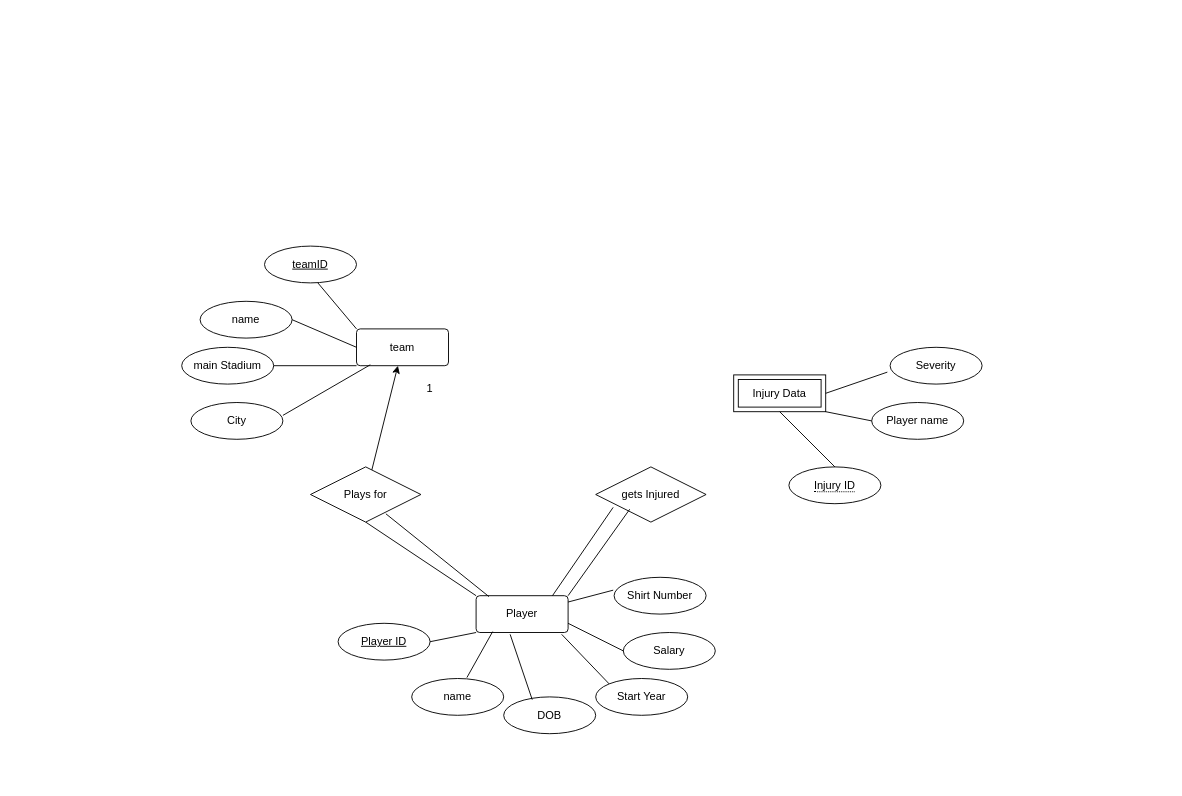
This is Untitled Diagram.drawio from alec202/CIS353ERDiagramAssignment, a draw.io file, before an edit. Source tidied: cells renumbered, new cells numbered last; positions are measured from the earlier drawing's top-left corner, leaving out a move shared by most shapes. Both pictures are drawn from the tidied source at 92%, with x=0, y=0 at pixel (181, 246).
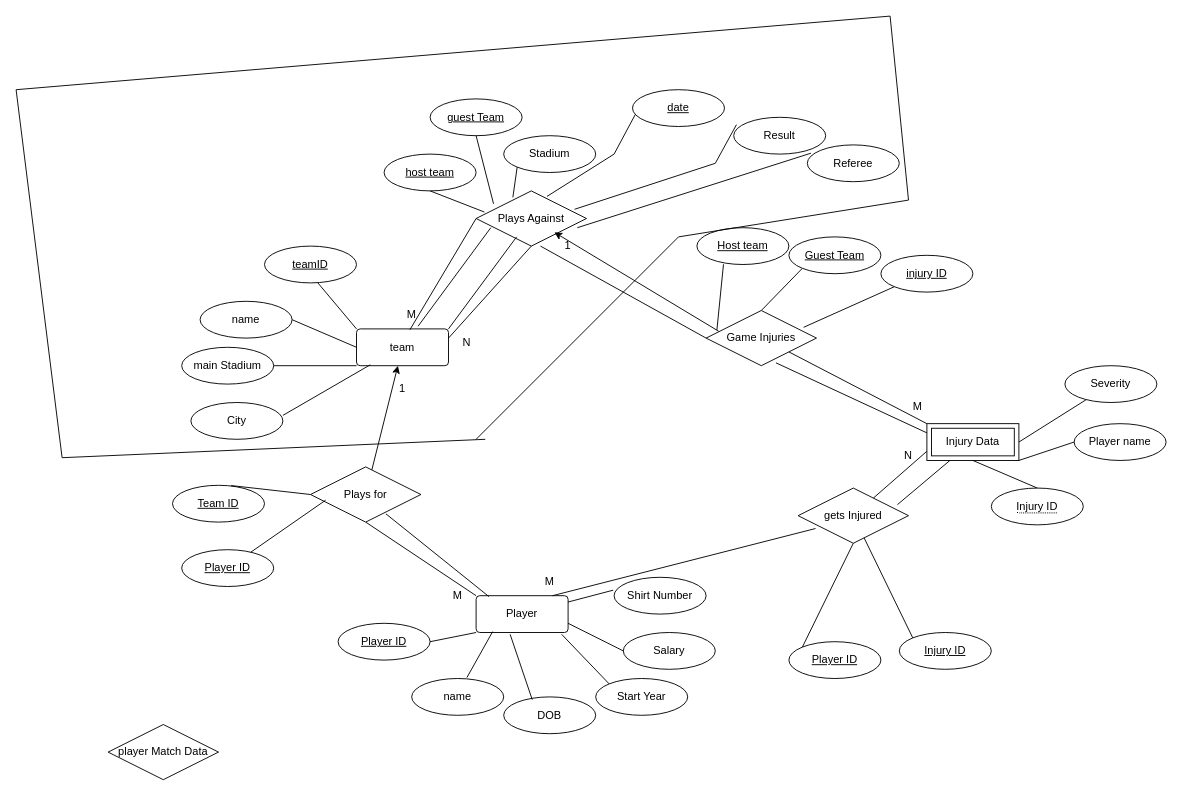
The same diagram, later.

Unchanged cells that the change refers to:
```xml
<mxCell id="2" value="team" style="rounded=1;arcSize=10;whiteSpace=wrap;html=1;align=center;" parent="1" vertex="1">
  <mxGeometry x="190" y="90" width="100" height="40" as="geometry" />
</mxCell>
<mxCell id="11" value="Player" style="rounded=1;arcSize=10;whiteSpace=wrap;html=1;align=center;" parent="1" vertex="1">
  <mxGeometry x="320" y="380" width="100" height="40" as="geometry" />
</mxCell>
<mxCell id="13" value="Plays for" style="shape=rhombus;perimeter=rhombusPerimeter;whiteSpace=wrap;html=1;align=center;" parent="1" vertex="1">
  <mxGeometry x="140" y="240" width="120" height="60" as="geometry" />
</mxCell>
```

The edit, as a diff of the source:
```diff
@@
     <mxCell id="15" value="1" style="text;strokeColor=none;align=center;fillColor=none;html=1;verticalAlign=middle;whiteSpace=wrap;rounded=0;" parent="1" vertex="1">
-      <mxGeometry x="240" y="140" width="60" height="30" as="geometry" />
+      <mxGeometry x="210" y="140" width="60" height="30" as="geometry" />
     </mxCell>
@@
     <mxCell id="29" value="Injury Data" style="shape=ext;margin=3;double=1;whiteSpace=wrap;html=1;align=center;" parent="1" vertex="1">
-      <mxGeometry x="600" y="140" width="100" height="40" as="geometry" />
+      <mxGeometry x="810" y="193" width="100" height="40" as="geometry" />
     </mxCell>
     <mxCell id="30" value="&lt;span style=&quot;border-bottom: 1px dotted&quot;&gt;Injury ID&lt;/span&gt;" style="ellipse;whiteSpace=wrap;html=1;align=center;" parent="1" vertex="1">
-      <mxGeometry x="660" y="240" width="100" height="40" as="geometry" />
+      <mxGeometry x="880" y="263" width="100" height="40" as="geometry" />
     </mxCell>
@@
     <mxCell id="32" value="Player name" style="ellipse;whiteSpace=wrap;html=1;align=center;" parent="1" vertex="1">
-      <mxGeometry x="750" y="170" width="100" height="40" as="geometry" />
+      <mxGeometry x="970" y="193" width="100" height="40" as="geometry" />
     </mxCell>
@@
     <mxCell id="34" value="Severity" style="ellipse;whiteSpace=wrap;html=1;align=center;" parent="1" vertex="1">
-      <mxGeometry x="770" y="110" width="100" height="40" as="geometry" />
+      <mxGeometry x="960" y="130" width="100" height="40" as="geometry" />
     </mxCell>
-    <mxCell id="35" style="endArrow=none;html=1;rounded=0;entryX=-0.03;entryY=0.675;entryDx=0;entryDy=0;entryPerimeter=0;exitX=1;exitY=0.5;exitDx=0;exitDy=0;" parent="1" edge="1" source="29" target="34">
+    <mxCell id="35" style="endArrow=none;html=1;rounded=0;exitX=1;exitY=0.5;exitDx=0;exitDy=0;" parent="1" edge="1" source="29" target="34">
       <mxGeometry relative="1" as="geometry" />
     </mxCell>
@@
     <mxCell id="37" value="gets Injured" style="shape=rhombus;perimeter=rhombusPerimeter;whiteSpace=wrap;html=1;align=center;" parent="1" vertex="1">
-      <mxGeometry x="450" y="240" width="120" height="60" as="geometry" />
+      <mxGeometry x="670" y="263" width="120" height="60" as="geometry" />
     </mxCell>
-    <mxCell id="38" style="endArrow=none;html=1;rounded=0;entryX=0.308;entryY=0.767;entryDx=0;entryDy=0;entryPerimeter=0;exitX=1;exitY=0;exitDx=0;exitDy=0;" parent="1" edge="1" source="11" target="37">
-      <mxGeometry relative="1" as="geometry" />
-    </mxCell>
+    <mxCell id="39" value="M" style="text;strokeColor=none;align=center;fillColor=none;html=1;verticalAlign=middle;whiteSpace=wrap;rounded=0;" parent="1" vertex="1">
+      <mxGeometry x="370" y="350" width="60" height="30" as="geometry" />
+    </mxCell>
+    <mxCell id="40" style="endArrow=none;html=1;rounded=0;entryX=0;entryY=0.75;entryDx=0;entryDy=0;" parent="1" edge="1" source="37" target="29">
+      <mxGeometry relative="1" as="geometry" />
+    </mxCell>
+    <mxCell id="41" style="endArrow=none;html=1;rounded=0;entryX=0.25;entryY=1;entryDx=0;entryDy=0;exitX=0.9;exitY=0.3;exitDx=0;exitDy=0;exitPerimeter=0;" parent="1" edge="1" source="37" target="29">
+      <mxGeometry relative="1" as="geometry" />
+    </mxCell>
+    <mxCell id="42" value="N" style="text;strokeColor=none;align=center;fillColor=none;html=1;verticalAlign=middle;whiteSpace=wrap;rounded=0;" parent="1" vertex="1">
+      <mxGeometry x="760" y="213" width="60" height="30" as="geometry" />
+    </mxCell>
+    <mxCell id="43" value="M" style="text;strokeColor=none;align=center;fillColor=none;html=1;verticalAlign=middle;whiteSpace=wrap;rounded=0;" parent="1" vertex="1">
+      <mxGeometry x="270" y="365" width="60" height="30" as="geometry" />
+    </mxCell>
+    <mxCell id="44" value="Plays Against" style="shape=rhombus;perimeter=rhombusPerimeter;whiteSpace=wrap;html=1;align=center;" parent="1" vertex="1">
+      <mxGeometry x="320" y="-60" width="120" height="60" as="geometry" />
+    </mxCell>
+    <mxCell id="45" style="endArrow=none;html=1;rounded=0;entryX=0.133;entryY=0.667;entryDx=0;entryDy=0;entryPerimeter=0;exitX=0.67;exitY=-0.075;exitDx=0;exitDy=0;exitPerimeter=0;" parent="1" edge="1" source="2" target="44">
+      <mxGeometry relative="1" as="geometry" />
+    </mxCell>
+    <mxCell id="46" style="endArrow=none;html=1;rounded=0;entryX=0.367;entryY=0.833;entryDx=0;entryDy=0;entryPerimeter=0;exitX=1;exitY=0;exitDx=0;exitDy=0;" parent="1" edge="1" source="2" target="44">
+      <mxGeometry relative="1" as="geometry" />
+    </mxCell>
+    <mxCell id="47" style="endArrow=none;html=1;rounded=0;entryX=0;entryY=0.5;entryDx=0;entryDy=0;exitX=0.58;exitY=0.025;exitDx=0;exitDy=0;exitPerimeter=0;" parent="1" edge="1" source="2" target="44">
+      <mxGeometry relative="1" as="geometry" />
+    </mxCell>
+    <mxCell id="48" value="M" style="text;strokeColor=none;align=center;fillColor=none;html=1;verticalAlign=middle;whiteSpace=wrap;rounded=0;" parent="1" vertex="1">
+      <mxGeometry x="220" y="60" width="60" height="30" as="geometry" />
+    </mxCell>
+    <mxCell id="49" value="N" style="text;strokeColor=none;align=center;fillColor=none;html=1;verticalAlign=middle;whiteSpace=wrap;rounded=0;" parent="1" vertex="1">
+      <mxGeometry x="280" y="90" width="60" height="30" as="geometry" />
+    </mxCell>
+    <mxCell id="50" value="&lt;u&gt;host team&lt;/u&gt;" style="ellipse;whiteSpace=wrap;html=1;align=center;" parent="1" vertex="1">
+      <mxGeometry x="220" y="-100" width="100" height="40" as="geometry" />
+    </mxCell>
+    <mxCell id="51" style="endArrow=none;html=1;rounded=0;entryX=0.5;entryY=1;entryDx=0;entryDy=0;exitX=0.075;exitY=0.383;exitDx=0;exitDy=0;exitPerimeter=0;" parent="1" edge="1" source="44" target="50">
+      <mxGeometry relative="1" as="geometry" />
+    </mxCell>
+    <mxCell id="52" value="&lt;u&gt;guest Team&lt;/u&gt;" style="ellipse;whiteSpace=wrap;html=1;align=center;" parent="1" vertex="1">
+      <mxGeometry x="270" y="-160" width="100" height="40" as="geometry" />
+    </mxCell>
+    <mxCell id="53" style="endArrow=none;html=1;rounded=0;entryX=0.5;entryY=1;entryDx=0;entryDy=0;exitX=0.158;exitY=0.233;exitDx=0;exitDy=0;exitPerimeter=0;" parent="1" edge="1" source="44" target="52">
+      <mxGeometry relative="1" as="geometry" />
+    </mxCell>
+    <mxCell id="54" value="Stadium" style="ellipse;whiteSpace=wrap;html=1;align=center;" parent="1" vertex="1">
+      <mxGeometry x="350" y="-120" width="100" height="40" as="geometry" />
+    </mxCell>
+    <mxCell id="55" style="endArrow=none;html=1;rounded=0;entryX=0;entryY=1;entryDx=0;entryDy=0;exitX=0.333;exitY=0.117;exitDx=0;exitDy=0;exitPerimeter=0;" parent="1" edge="1" source="44" target="54">
+      <mxGeometry relative="1" as="geometry" />
+    </mxCell>
+    <mxCell id="56" value="&lt;u&gt;date&lt;/u&gt;" style="ellipse;whiteSpace=wrap;html=1;align=center;" parent="1" vertex="1">
+      <mxGeometry x="490" y="-170" width="100" height="40" as="geometry" />
+    </mxCell>
+    <mxCell id="57" style="endArrow=none;html=1;rounded=0;entryX=0.03;entryY=0.675;entryDx=0;entryDy=0;entryPerimeter=0;exitX=0.642;exitY=0.1;exitDx=0;exitDy=0;exitPerimeter=0;" parent="1" edge="1" source="44" target="56">
+      <mxGeometry relative="1" as="geometry">
+        <Array as="points">
+          <mxPoint x="470" y="-100" />
+        </Array>
+      </mxGeometry>
+    </mxCell>
+    <mxCell id="58" value="Result" style="ellipse;whiteSpace=wrap;html=1;align=center;" parent="1" vertex="1">
+      <mxGeometry x="600" y="-140" width="100" height="40" as="geometry" />
+    </mxCell>
+    <mxCell id="59" style="endArrow=none;html=1;rounded=0;entryX=0.03;entryY=0.2;entryDx=0;entryDy=0;entryPerimeter=0;exitX=0.892;exitY=0.333;exitDx=0;exitDy=0;exitPerimeter=0;" parent="1" edge="1" source="44" target="58">
+      <mxGeometry relative="1" as="geometry">
+        <Array as="points">
+          <mxPoint x="580" y="-90" />
+        </Array>
+      </mxGeometry>
+    </mxCell>
+    <mxCell id="60" value="Referee" style="ellipse;whiteSpace=wrap;html=1;align=center;" parent="1" vertex="1">
+      <mxGeometry x="680" y="-110" width="100" height="40" as="geometry" />
+    </mxCell>
+    <mxCell id="61" style="endArrow=none;html=1;rounded=0;entryX=0.04;entryY=0.225;entryDx=0;entryDy=0;entryPerimeter=0;exitX=0.917;exitY=0.667;exitDx=0;exitDy=0;exitPerimeter=0;" parent="1" edge="1" source="44" target="60">
+      <mxGeometry relative="1" as="geometry" />
+    </mxCell>
+    <mxCell id="62" value="Game Injuries" style="shape=rhombus;perimeter=rhombusPerimeter;whiteSpace=wrap;html=1;align=center;" parent="1" vertex="1">
+      <mxGeometry x="570" y="70" width="120" height="60" as="geometry" />
+    </mxCell>
+    <mxCell id="63" style="endArrow=none;html=1;rounded=0;entryX=0;entryY=0;entryDx=0;entryDy=0;exitX=1;exitY=1;exitDx=0;exitDy=0;" parent="1" edge="1" source="62" target="29">
+      <mxGeometry relative="1" as="geometry" />
+    </mxCell>
+    <mxCell id="64" style="endArrow=none;html=1;rounded=0;entryX=0.633;entryY=0.948;entryDx=0;entryDy=0;entryPerimeter=0;exitX=0;exitY=0.25;exitDx=0;exitDy=0;" parent="1" edge="1" source="29" target="62">
+      <mxGeometry relative="1" as="geometry" />
+    </mxCell>
+    <mxCell id="65" value="Host team" style="ellipse;whiteSpace=wrap;html=1;align=center;fontStyle=4;" parent="1" vertex="1">
+      <mxGeometry x="560" y="-20" width="100" height="40" as="geometry" />
+    </mxCell>
+    <mxCell id="66" style="endArrow=none;html=1;rounded=0;entryX=0.289;entryY=0.993;entryDx=0;entryDy=0;entryPerimeter=0;exitX=0.098;exitY=0.352;exitDx=0;exitDy=0;exitPerimeter=0;" parent="1" edge="1" source="62" target="65">
+      <mxGeometry relative="1" as="geometry" />
+    </mxCell>
+    <mxCell id="67" value="Guest Team" style="ellipse;whiteSpace=wrap;html=1;align=center;fontStyle=4;" parent="1" vertex="1">
+      <mxGeometry x="660" y="-10" width="100" height="40" as="geometry" />
+    </mxCell>
+    <mxCell id="68" style="endArrow=none;html=1;rounded=0;entryX=0;entryY=1;entryDx=0;entryDy=0;exitX=0.5;exitY=0;exitDx=0;exitDy=0;" parent="1" edge="1" source="62" target="67">
+      <mxGeometry relative="1" as="geometry" />
+    </mxCell>
+    <mxCell id="69" value="injury ID" style="ellipse;whiteSpace=wrap;html=1;align=center;fontStyle=4;" parent="1" vertex="1">
+      <mxGeometry x="760" y="10" width="100" height="40" as="geometry" />
+    </mxCell>
+    <mxCell id="70" style="endArrow=none;html=1;rounded=0;entryX=0;entryY=1;entryDx=0;entryDy=0;exitX=0.883;exitY=0.305;exitDx=0;exitDy=0;exitPerimeter=0;" parent="1" edge="1" source="62" target="69">
+      <mxGeometry relative="1" as="geometry" />
+    </mxCell>
+    <mxCell id="71" style="endArrow=none;html=1;rounded=0;entryX=0;entryY=0.5;entryDx=0;entryDy=0;exitX=0;exitY=0.5;exitDx=0;exitDy=0;" parent="1" edge="1" source="62" target="73">
+      <mxGeometry relative="1" as="geometry" />
+    </mxCell>
+    <mxCell id="72" value="M" style="text;strokeColor=none;align=center;fillColor=none;html=1;verticalAlign=middle;whiteSpace=wrap;rounded=0;" parent="1" vertex="1">
+      <mxGeometry x="770" y="160" width="60" height="30" as="geometry" />
+    </mxCell>
+    <mxCell id="73" value="1" style="text;strokeColor=none;align=center;fillColor=none;html=1;verticalAlign=middle;whiteSpace=wrap;rounded=0;" parent="1" vertex="1">
+      <mxGeometry x="390" y="-15" width="60" height="30" as="geometry" />
+    </mxCell>
+    <mxCell id="74" value="player Match Data" style="shape=rhombus;perimeter=rhombusPerimeter;whiteSpace=wrap;html=1;align=center;" parent="1" vertex="1">
+      <mxGeometry x="-80" y="520" width="120" height="60" as="geometry" />
+    </mxCell>
+    <mxCell id="75" value="Team ID" style="ellipse;whiteSpace=wrap;html=1;align=center;fontStyle=4;" parent="1" vertex="1">
+      <mxGeometry x="-10" y="260" width="100" height="40" as="geometry" />
+    </mxCell>
+    <mxCell id="76" style="endArrow=none;html=1;rounded=0;entryX=0;entryY=0.5;entryDx=0;entryDy=0;exitX=0.637;exitY=0.007;exitDx=0;exitDy=0;exitPerimeter=0;" parent="1" edge="1" source="75" target="13">
+      <mxGeometry relative="1" as="geometry" />
+    </mxCell>
+    <mxCell id="77" value="Player ID" style="ellipse;whiteSpace=wrap;html=1;align=center;fontStyle=4;" parent="1" vertex="1">
+      <mxGeometry y="330" width="100" height="40" as="geometry" />
+    </mxCell>
+    <mxCell id="78" style="endArrow=none;html=1;rounded=0;entryX=0.137;entryY=0.603;entryDx=0;entryDy=0;entryPerimeter=0;" parent="1" edge="1" source="77" target="13">
+      <mxGeometry relative="1" as="geometry" />
+    </mxCell>
+    <mxCell id="79" value="Player ID" style="ellipse;whiteSpace=wrap;html=1;align=center;fontStyle=4;" parent="1" vertex="1">
+      <mxGeometry x="660" y="430" width="100" height="40" as="geometry" />
+    </mxCell>
+    <mxCell id="80" style="endArrow=none;html=1;rounded=0;entryX=0.5;entryY=1;entryDx=0;entryDy=0;exitX=0;exitY=0;exitDx=0;exitDy=0;" parent="1" edge="1" source="79" target="37">
+      <mxGeometry relative="1" as="geometry" />
+    </mxCell>
+    <mxCell id="81" value="Injury ID" style="ellipse;whiteSpace=wrap;html=1;align=center;fontStyle=4;" parent="1" vertex="1">
+      <mxGeometry x="780" y="420" width="100" height="40" as="geometry" />
+    </mxCell>
+    <mxCell id="82" style="endArrow=none;html=1;rounded=0;entryX=0;entryY=0;entryDx=0;entryDy=0;" parent="1" edge="1" source="37" target="81">
+      <mxGeometry relative="1" as="geometry" />
+    </mxCell>
+    <mxCell id="83" style="endArrow=none;html=1;rounded=0;entryX=0.5;entryY=1;entryDx=0;entryDy=0;exitX=1;exitY=0.25;exitDx=0;exitDy=0;" parent="1" edge="1" source="2" target="44">
+      <mxGeometry relative="1" as="geometry" />
+    </mxCell>
+    <mxCell id="84" style="endArrow=none;html=1;rounded=0;" parent="1" edge="1">
+      <mxGeometry relative="1" as="geometry">
+        <mxPoint x="320" y="210" as="sourcePoint" />
+        <mxPoint x="330" y="210" as="targetPoint" />
+        <Array as="points">
+          <mxPoint x="540" y="-10" />
+          <mxPoint x="790" y="-50" />
+          <mxPoint x="770" y="-250" />
+          <mxPoint x="-180" y="-170" />
+          <mxPoint x="-130" y="230" />
+        </Array>
+      </mxGeometry>
+    </mxCell>
+    <mxCell id="85" style="endArrow=classic;html=1;rounded=0;entryX=0.25;entryY=0;entryDx=0;entryDy=0;exitX=0.114;exitY=0.376;exitDx=0;exitDy=0;exitPerimeter=0;" parent="1" edge="1" source="62" target="73">
+      <mxGeometry relative="1" as="geometry" />
+    </mxCell>
```
